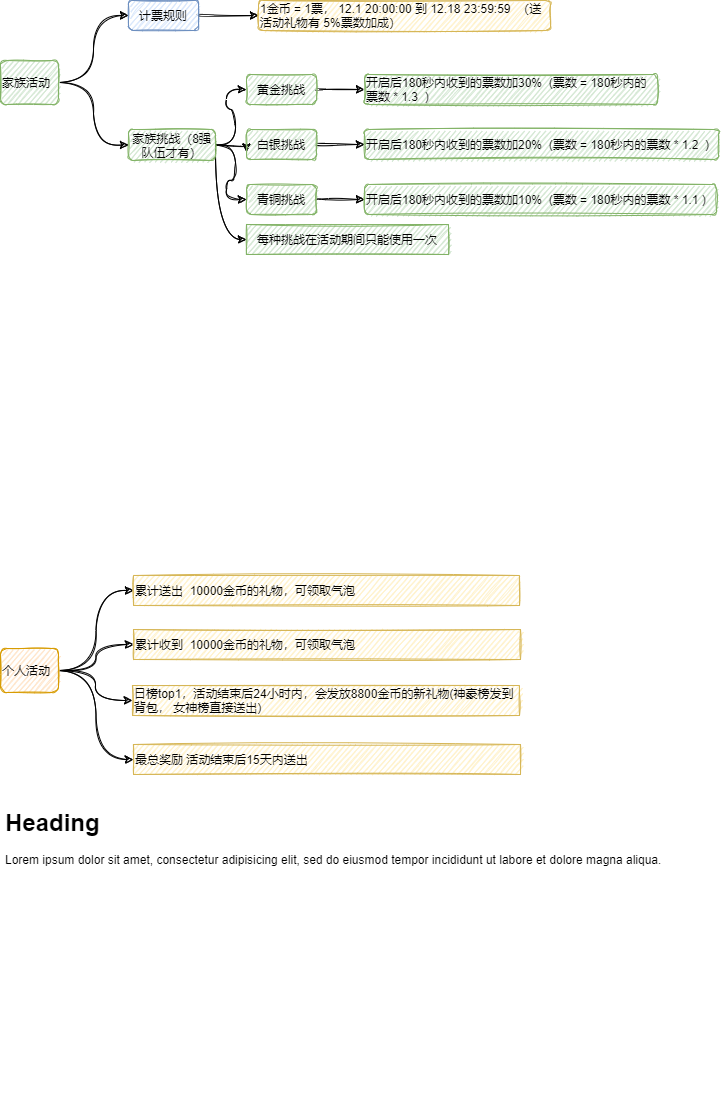
171437912/drawfiles keeps this draw.io diagram as 顽皮-年度活动.png. Above is the earlier version. Source tidied: cells renumbered, new cells last; positions are measured from the earlier drawing's top-left corner, leaving out a move shared by most shapes.
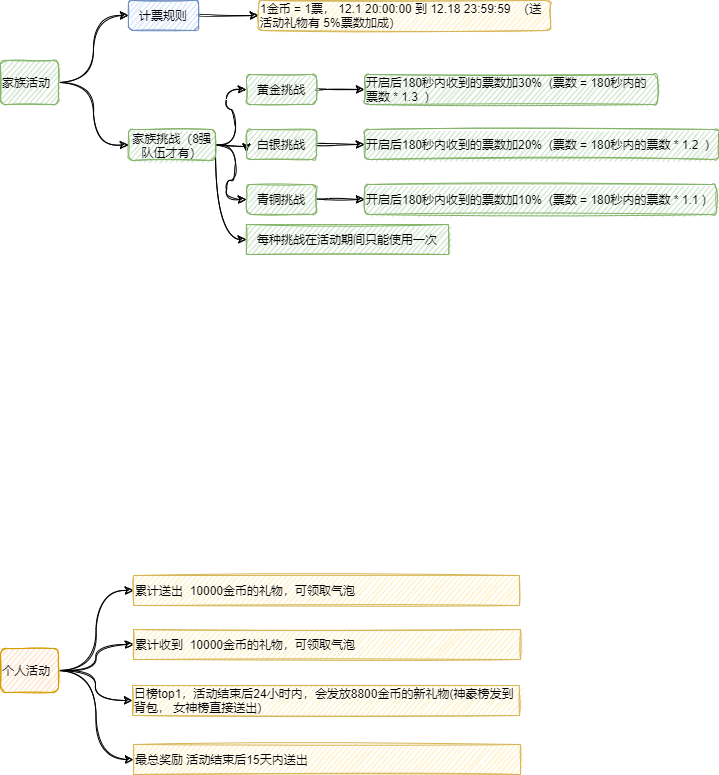
Above is the later version.

Commit message:
更新顽皮-年度活动.png

The edit, as a diff of the source:
```diff
@@ -96,8 +96,5 @@
     <mxCell id="31" value="最总奖励 活动结束后15天内送出" style="text;html=1;strokeColor=#d6b656;fillColor=#fff2cc;align=left;verticalAlign=middle;whiteSpace=wrap;rounded=0;sketch=1;" parent="1" vertex="1">
       <mxGeometry x="133" y="744" width="387" height="30" as="geometry" />
     </mxCell>
-    <mxCell id="32" value="&lt;h1&gt;Heading&lt;/h1&gt;&lt;p&gt;Lorem ipsum dolor sit amet, consectetur adipisicing elit, sed do eiusmod tempor incididunt ut labore et dolore magna aliqua.&lt;/p&gt;" style="text;html=1;strokeColor=none;fillColor=none;spacing=5;spacingTop=-20;whiteSpace=wrap;overflow=hidden;rounded=0;sketch=1;align=left;" parent="1" vertex="1">
-      <mxGeometry y="803" width="725" height="295" as="geometry" />
-    </mxCell>
   </root>
 </mxGraphModel>
```
